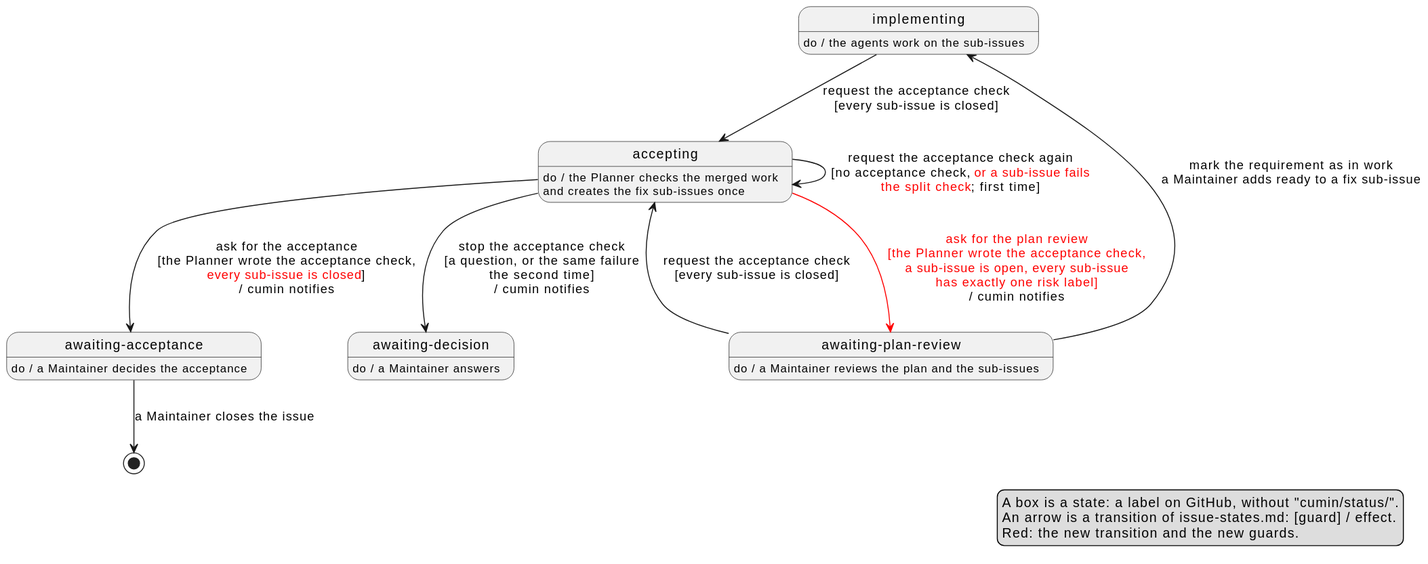
Earlier version of the PlantUML export docs/ja/designs/acceptance-check.svg (cloveclovedev/cumin-works).
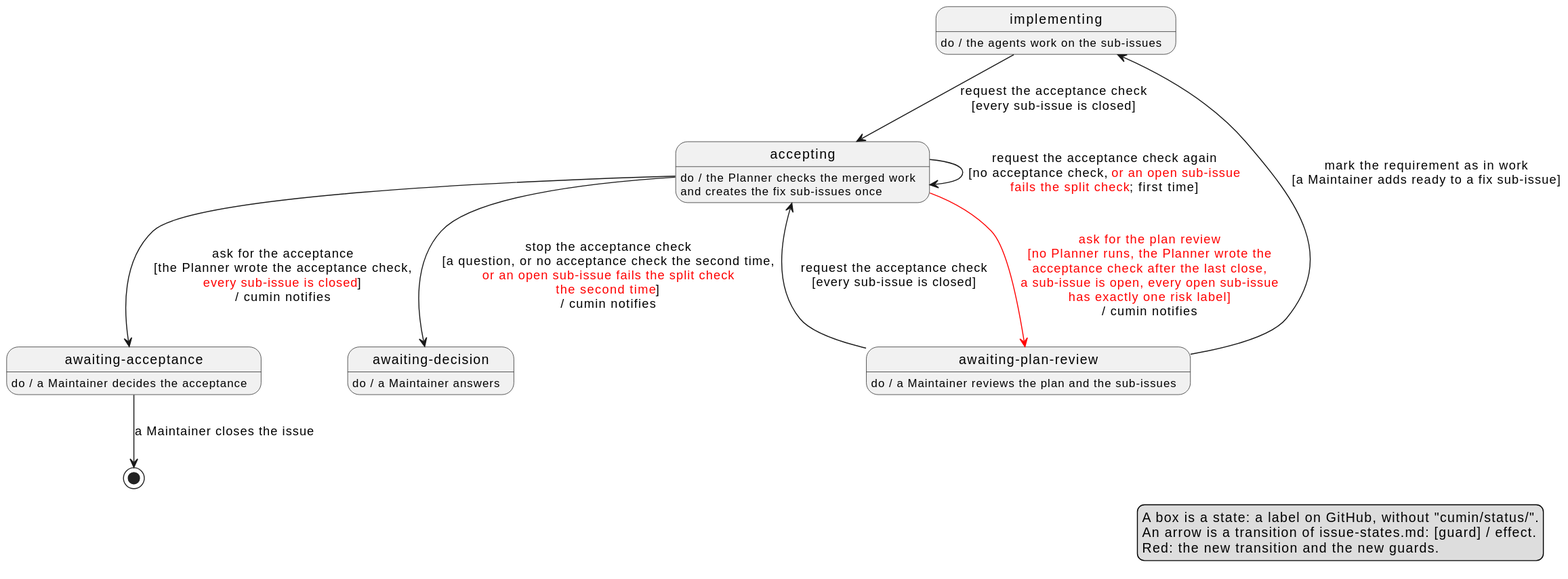
Above is the later version.

Commit message:
docs(designs): check the risk label only on open sub-issues after the acceptance check

The changed rows now read the risk label of the open sub-issues only,
so that "ask for the acceptance" and "request the acceptance check
again" never hold together. Also match fix sub-issues by a source
link, name the change of poll.md for #842, rename a column, and add
the missing guards to the diagram.

The edit, as a diff of the source:
```diff
@@ -19,11 +19,11 @@
 
 Implementing --> Accepting : request the acceptance check\n[every sub-issue is closed]
 PlanReview --> Accepting : request the acceptance check\n[every sub-issue is closed]
-PlanReview --> Implementing : mark the requirement as in work\na Maintainer adds ready to a fix sub-issue
-Accepting -[#red]-> PlanReview : <color:red>ask for the plan review</color>\n<color:red>[the Planner wrote the acceptance check,</color>\n<color:red>a sub-issue is open, every sub-issue</color>\n<color:red>has exactly one risk label]</color>\n/ cumin notifies
+PlanReview --> Implementing : mark the requirement as in work\n[a Maintainer adds ready to a fix sub-issue]
+Accepting -[#red]-> PlanReview : <color:red>ask for the plan review</color>\n<color:red>[no Planner runs, the Planner wrote the</color>\n<color:red>acceptance check after the last close,</color>\n<color:red>a sub-issue is open, every open sub-issue</color>\n<color:red>has exactly one risk label]</color>\n/ cumin notifies
 Accepting --> Acceptance : ask for the acceptance\n[the Planner wrote the acceptance check,\n<color:red>every sub-issue is closed</color>]\n/ cumin notifies
-Accepting --> Accepting : request the acceptance check again\n[no acceptance check, <color:red>or a sub-issue fails</color>\n<color:red>the split check</color>; first time]
-Accepting --> Decision : stop the acceptance check\n[a question, or the same failure\nthe second time]\n/ cumin notifies
+Accepting --> Accepting : request the acceptance check again\n[no acceptance check, <color:red>or an open sub-issue</color>\n<color:red>fails the split check</color>; first time]
+Accepting --> Decision : stop the acceptance check\n[a question, or no acceptance check the second time,\n<color:red>or an open sub-issue fails the split check</color>\n<color:red>the second time</color>]\n/ cumin notifies
 Acceptance --> [*] : a Maintainer closes the issue
 
 legend right
```
